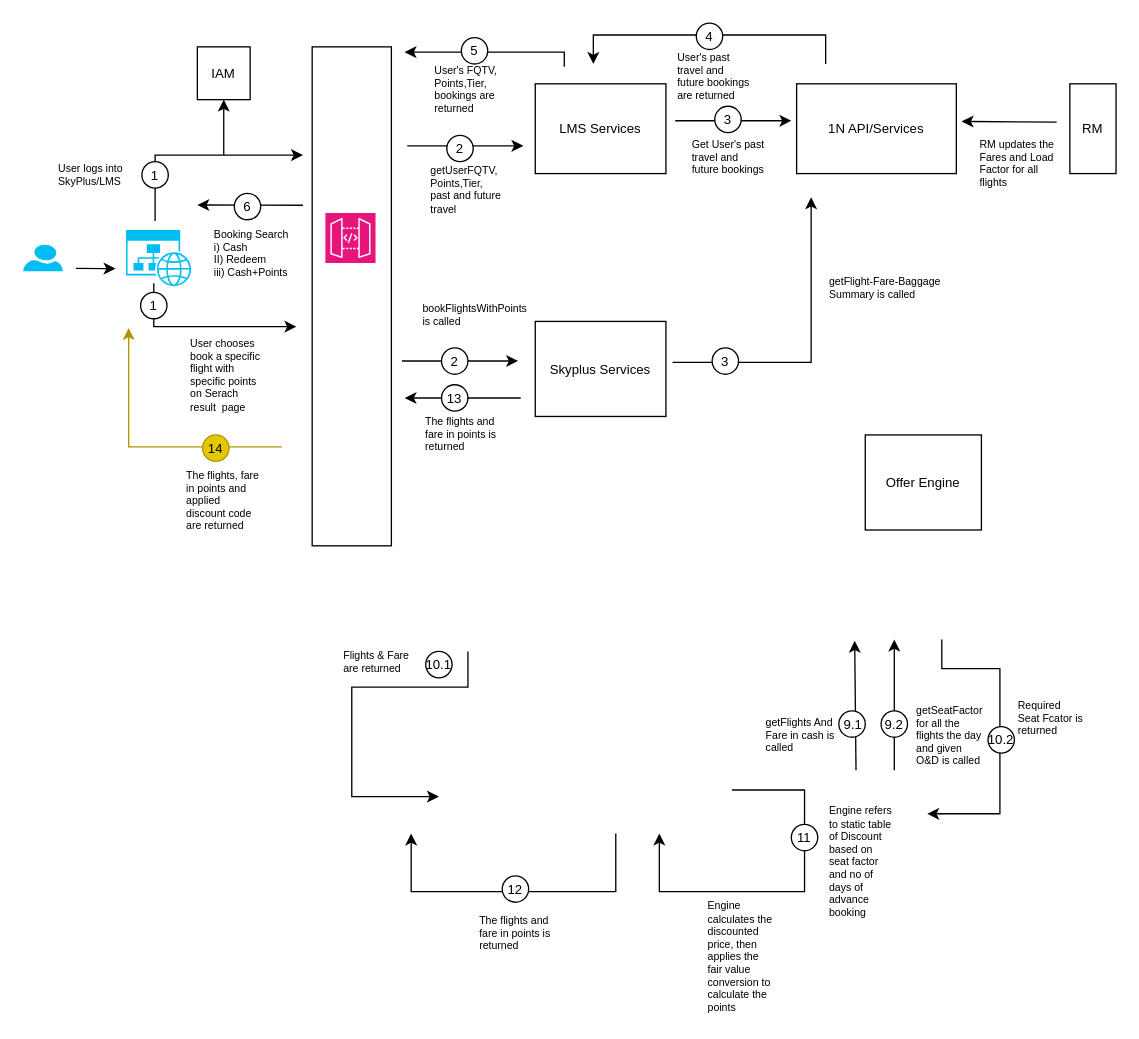
Above: page "Page-2" (2 of 2) of Copy of LM Data Flow.drawio in nchauhan4/drawings (draw.io), before the change. Source tidied: cells renumbered, new cells numbered last; positions are measured from the earlier drawing's top-left corner, leaving out a move shared by most shapes. Both pictures are drawn from the tidied source at 132%, with x=0, y=0 at pixel (22, 22).
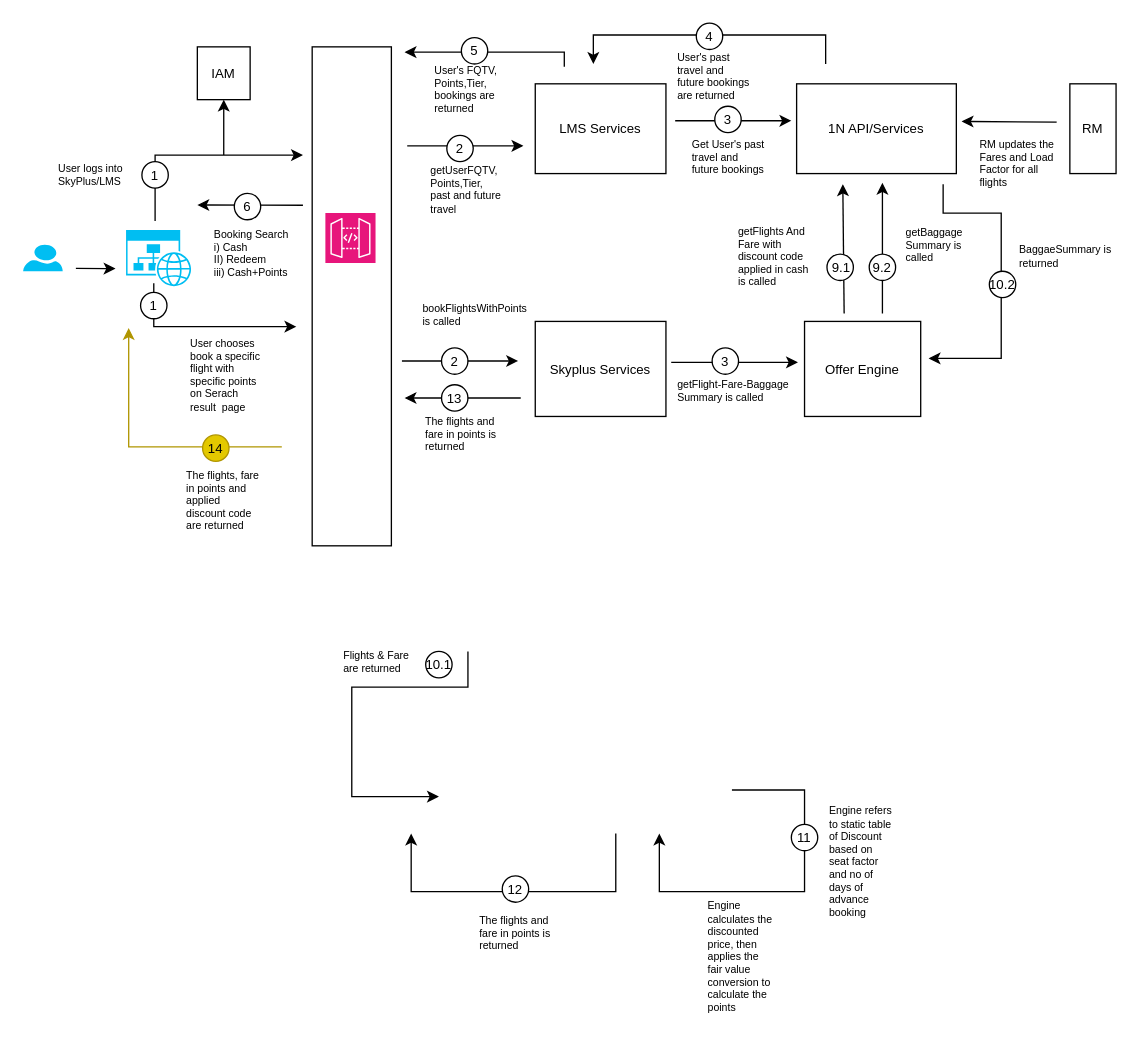
Above is the later version.

The edit, as a diff of the source:
```diff
@@
     <mxCell id="5" style="endArrow=classic;html=1;rounded=0;" parent="1" edge="1">
       <mxGeometry relative="1" as="geometry">
-        <mxPoint x="631" y="566" as="sourcePoint" />
-        <mxPoint x="630" y="468" as="targetPoint" />
+        <mxPoint x="622" y="220" as="sourcePoint" />
+        <mxPoint x="621" y="122" as="targetPoint" />
       </mxGeometry>
     </mxCell>
@@
     <mxCell id="27" value="&lt;font style=&quot;font-size: 10px;&quot;&gt;Offer Engine&lt;/font&gt;" style="rounded=0;whiteSpace=wrap;html=1;" parent="1" vertex="1">
-      <mxGeometry x="638" y="312" width="88" height="72" as="geometry" />
+      <mxGeometry x="592" y="226" width="88" height="72" as="geometry" />
     </mxCell>
@@
-    <mxCell id="33" value="getSeatFactor for all the flights the day and given O&amp;amp;D is called" style="text;html=1;strokeColor=none;fillColor=none;align=left;verticalAlign=top;whiteSpace=wrap;rounded=0;fontSize=8;" parent="1" vertex="1">
-      <mxGeometry x="675" y="510" width="52" height="55" as="geometry" />
-    </mxCell>
     <mxCell id="34" style="endArrow=classic;html=1;rounded=0;" parent="1" edge="1">
       <mxGeometry relative="1" as="geometry">
-        <mxPoint x="492" y="257" as="sourcePoint" />
-        <mxPoint x="597" y="132" as="targetPoint" />
+        <mxPoint x="491" y="257" as="sourcePoint" />
+        <mxPoint x="587" y="257" as="targetPoint" />
         <Array as="points">
-          <mxPoint x="597" y="257" />
+          <mxPoint x="587" y="257" />
         </Array>
       </mxGeometry>
     </mxCell>
@@
-    <mxCell id="37" value="getFlights And Fare in cash is called" style="text;html=1;strokeColor=none;fillColor=none;align=left;verticalAlign=top;whiteSpace=wrap;rounded=0;fontSize=8;" parent="1" vertex="1">
-      <mxGeometry x="561" y="518.5" width="58.5" height="33" as="geometry" />
+    <mxCell id="37" value="getFlights And Fare with discount code applied in cash is called" style="text;html=1;strokeColor=none;fillColor=none;align=left;verticalAlign=top;whiteSpace=wrap;rounded=0;fontSize=8;" parent="1" vertex="1">
+      <mxGeometry x="540" y="146.5" width="58.5" height="58.5" as="geometry" />
     </mxCell>
@@
     <mxCell id="42" style="endArrow=classic;html=1;rounded=0;" parent="1" edge="1">
       <mxGeometry relative="1" as="geometry">
-        <mxPoint x="660" y="566" as="sourcePoint" />
-        <mxPoint x="660" y="467" as="targetPoint" />
+        <mxPoint x="651" y="220" as="sourcePoint" />
+        <mxPoint x="651" y="121" as="targetPoint" />
         <Array as="points">
-          <mxPoint x="660" y="522" />
+          <mxPoint x="651" y="176" />
         </Array>
       </mxGeometry>
     </mxCell>
@@
     <mxCell id="50" style="ellipse;whiteSpace=wrap;html=1;" parent="1" vertex="1">
-      <mxGeometry x="618" y="521" width="20" height="20" as="geometry" />
+      <mxGeometry x="609" y="175" width="20" height="20" as="geometry" />
     </mxCell>
     <mxCell id="51" value="&lt;span style=&quot;font-size: 10px;&quot;&gt;9.1&lt;/span&gt;" style="text;html=1;strokeColor=none;fillColor=none;align=center;verticalAlign=middle;whiteSpace=wrap;rounded=0;" parent="1" vertex="1">
-      <mxGeometry x="614" y="521" width="30" height="20" as="geometry" />
+      <mxGeometry x="605" y="175" width="30" height="20" as="geometry" />
     </mxCell>
     <mxCell id="52" style="ellipse;whiteSpace=wrap;html=1;" parent="1" vertex="1">
-      <mxGeometry x="650" y="521" width="20" height="20" as="geometry" />
+      <mxGeometry x="641" y="175" width="20" height="20" as="geometry" />
     </mxCell>
     <mxCell id="53" value="&lt;span style=&quot;font-size: 10px;&quot;&gt;9.2&lt;/span&gt;" style="text;html=1;strokeColor=none;fillColor=none;align=center;verticalAlign=middle;whiteSpace=wrap;rounded=0;" parent="1" vertex="1">
-      <mxGeometry x="645" y="521" width="30" height="20" as="geometry" />
+      <mxGeometry x="636" y="175" width="30" height="20" as="geometry" />
     </mxCell>
     <mxCell id="54" style="endArrow=classic;html=1;rounded=0;" parent="1" edge="1">
       <mxGeometry relative="1" as="geometry">
-        <mxPoint x="696" y="467" as="sourcePoint" />
-        <mxPoint x="685" y="599" as="targetPoint" />
+        <mxPoint x="697" y="122" as="sourcePoint" />
+        <mxPoint x="686" y="254" as="targetPoint" />
         <Array as="points">
-          <mxPoint x="696" y="489" />
-          <mxPoint x="740" y="489" />
-          <mxPoint x="740" y="599" />
+          <mxPoint x="697" y="144" />
+          <mxPoint x="741" y="144" />
+          <mxPoint x="741" y="254" />
         </Array>
       </mxGeometry>
     </mxCell>
@@
     <mxCell id="59" value="&lt;font style=&quot;font-size: 10px;&quot;&gt;10.2&lt;/font&gt;" style="ellipse;whiteSpace=wrap;html=1;" parent="1" vertex="1">
-      <mxGeometry x="731" y="533" width="20" height="20" as="geometry" />
+      <mxGeometry x="732" y="188" width="20" height="20" as="geometry" />
     </mxCell>
-    <mxCell id="60" value="Required Seat Fcator is returned" style="text;html=1;strokeColor=none;fillColor=none;align=left;verticalAlign=top;whiteSpace=wrap;rounded=0;fontSize=8;" parent="1" vertex="1">
-      <mxGeometry x="752" y="506" width="52" height="55" as="geometry" />
+    <mxCell id="60" value="BaggaeSummary is returned&amp;nbsp;" style="text;html=1;strokeColor=none;fillColor=none;align=left;verticalAlign=top;whiteSpace=wrap;rounded=0;fontSize=8;" parent="1" vertex="1">
+      <mxGeometry x="753" y="161" width="75" height="26" as="geometry" />
     </mxCell>
@@
     <mxCell id="83" value="getFlight-Fare-Baggage Summary is called" style="text;html=1;strokeColor=none;fillColor=none;align=left;verticalAlign=top;whiteSpace=wrap;rounded=0;fontSize=8;" parent="1" vertex="1">
-      <mxGeometry x="609" y="185" width="98" height="35" as="geometry" />
+      <mxGeometry x="494" y="263" width="98" height="35" as="geometry" />
     </mxCell>
+    <mxCell id="84" value="getBaggage Summary is called" style="text;html=1;strokeColor=none;fillColor=none;align=left;verticalAlign=top;whiteSpace=wrap;rounded=0;fontSize=8;" parent="1" vertex="1">
+      <mxGeometry x="667" y="147.5" width="58.5" height="58.5" as="geometry" />
+    </mxCell>
```
